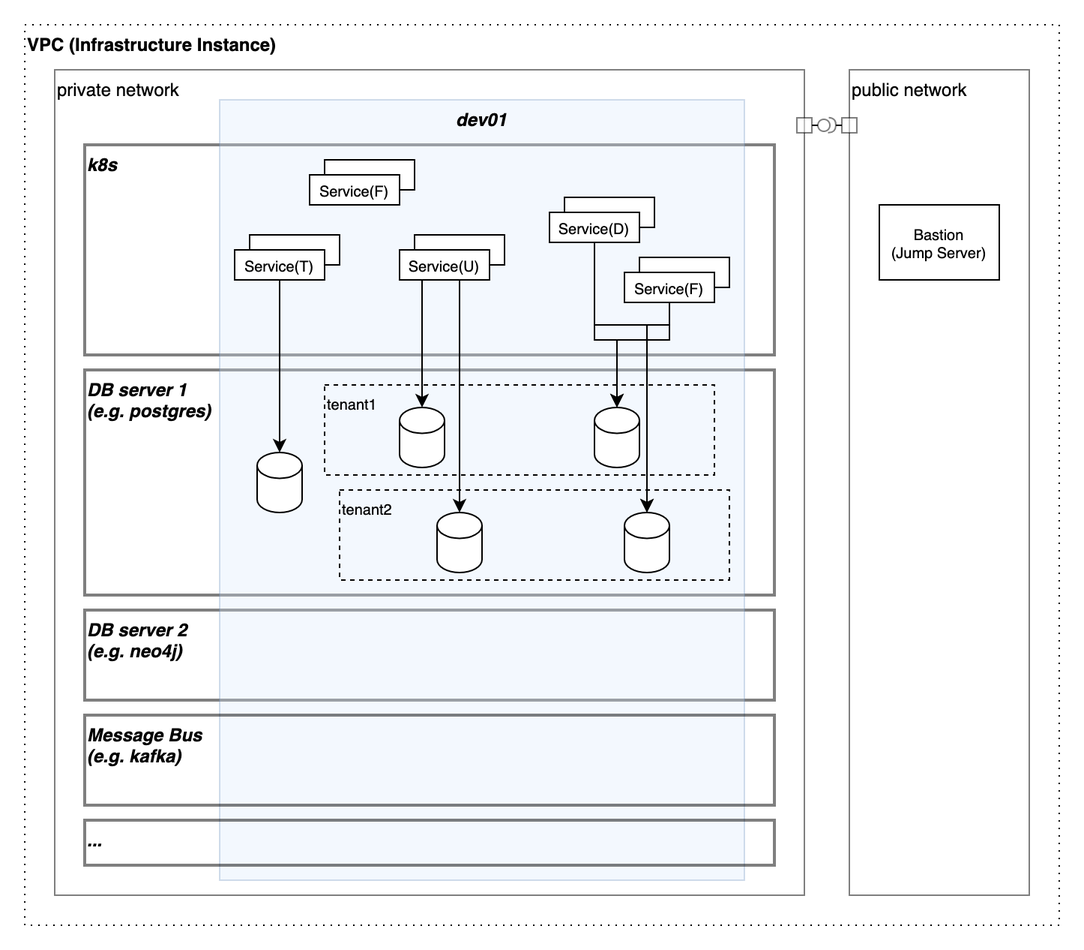
Above: ii.png in project-talan/tln-clouds (draw.io), before the change. Source tidied: cells renumbered, new cells last; positions are measured from the earlier drawing's top-left corner, leaving out a move shared by most shapes.
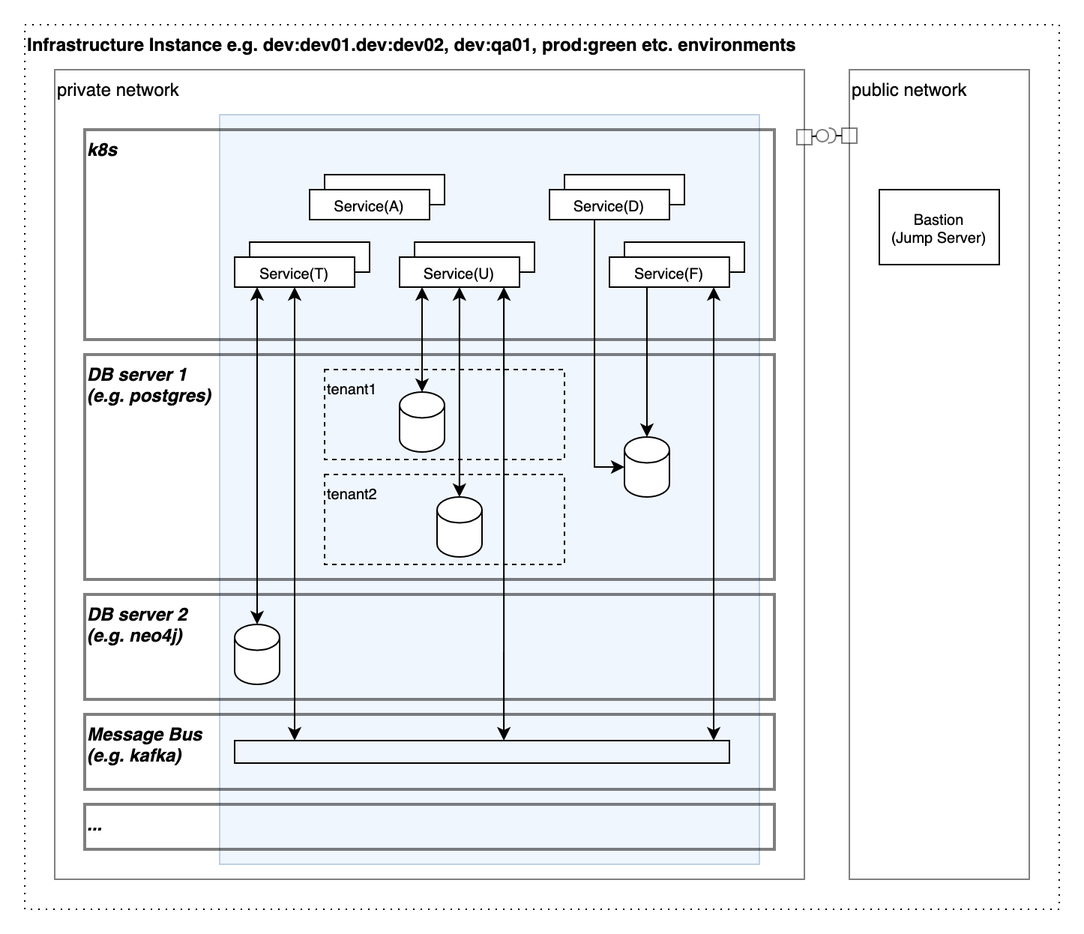
The same file after the commit.

The edit, as a diff of the source:
```diff
@@ -2,14 +2,17 @@
   <root>
     <mxCell id="0" />
     <mxCell id="1" parent="0" />
-    <mxCell id="2" value="VPC (Infrastructure Instance)" style="rounded=0;whiteSpace=wrap;html=1;dashed=1;fillColor=none;align=left;verticalAlign=top;fontStyle=1;dashPattern=1 4;" parent="1" vertex="1">
-      <mxGeometry width="690" height="600" as="geometry" />
+    <mxCell id="2" value="Infrastructure Instance e.g. dev:dev01.dev:dev02, dev:qa01, prod:green etc. environments" style="rounded=0;whiteSpace=wrap;html=1;dashed=1;fillColor=none;align=left;verticalAlign=top;fontStyle=1;dashPattern=1 4;" parent="1" vertex="1">
+      <mxGeometry y="10" width="690" height="590" as="geometry" />
     </mxCell>
     <mxCell id="3" value="private network" style="rounded=0;whiteSpace=wrap;html=1;fillColor=none;align=left;horizontal=1;verticalAlign=top;spacing=2;opacity=50;" parent="1" vertex="1">
-      <mxGeometry x="20" y="30" width="500" height="550" as="geometry" />
+      <mxGeometry x="20" y="40" width="500" height="540" as="geometry" />
     </mxCell>
+    <mxCell id="8" style="rounded=0;whiteSpace=wrap;html=1;fillColor=#dae8fc;fontStyle=3;verticalAlign=top;align=center;opacity=40;strokeColor=#6c8ebf;" parent="1" vertex="1">
+      <mxGeometry x="130" y="70" width="360" height="500" as="geometry" />
+    </mxCell>
     <mxCell id="4" value="public network" style="rounded=0;whiteSpace=wrap;html=1;fillColor=none;align=left;horizontal=1;verticalAlign=top;spacing=2;opacity=50;" parent="1" vertex="1">
-      <mxGeometry x="550" y="30" width="120" height="550" as="geometry" />
+      <mxGeometry x="550" y="40" width="120" height="540" as="geometry" />
     </mxCell>
     <mxCell id="5" value="k8s" style="rounded=0;whiteSpace=wrap;html=1;fillColor=none;fontStyle=3;verticalAlign=top;align=left;opacity=50;spacingLeft=0;spacingTop=0;strokeWidth=2;" parent="1" vertex="1">
       <mxGeometry x="40" y="80" width="460" height="140" as="geometry" />
@@ -18,127 +21,88 @@
       <mxGeometry x="40" y="230" width="460" height="150" as="geometry" />
     </mxCell>
     <mxCell id="7" value="DB server 2&lt;br&gt;(e.g. neo4j)" style="rounded=0;whiteSpace=wrap;html=1;fillColor=none;fontStyle=3;verticalAlign=top;align=left;opacity=50;strokeWidth=2;" parent="1" vertex="1">
-      <mxGeometry x="40" y="390" width="460" height="60" as="geometry" />
+      <mxGeometry x="40" y="390" width="460" height="70" as="geometry" />
     </mxCell>
-    <mxCell id="8" value="dev01" style="rounded=0;whiteSpace=wrap;html=1;fillColor=#dae8fc;fontStyle=3;verticalAlign=top;align=center;opacity=30;strokeColor=#6c8ebf;" parent="1" vertex="1">
-      <mxGeometry x="130" y="50" width="350" height="520" as="geometry" />
-    </mxCell>
     <mxCell id="9" value="Message Bus&lt;br&gt;(e.g. kafka)" style="rounded=0;whiteSpace=wrap;html=1;fillColor=none;fontStyle=3;verticalAlign=top;align=left;opacity=50;strokeWidth=2;" parent="1" vertex="1">
-      <mxGeometry x="40" y="460" width="460" height="60" as="geometry" />
+      <mxGeometry x="40" y="470" width="460" height="50" as="geometry" />
     </mxCell>
-    <mxCell id="10" style="shape=cylinder3;whiteSpace=wrap;html=1;boundedLbl=1;backgroundOutline=1;size=8.629629629629619;fontColor=#FF0000;strokeWidth=1;fillColor=default;" parent="1" vertex="1">
-      <mxGeometry x="155" y="285" width="30" height="40" as="geometry" />
-    </mxCell>
     <mxCell id="11" style="rounded=0;whiteSpace=wrap;html=1;fontColor=#000000;strokeWidth=1;fillColor=default;fontSize=10;" parent="1" vertex="1">
-      <mxGeometry x="150" y="140" width="60" height="20" as="geometry" />
+      <mxGeometry x="150" y="155" width="80" height="20" as="geometry" />
     </mxCell>
     <mxCell id="12" value="&lt;font style=&quot;font-size: 10px;&quot;&gt;Service(T)&lt;/font&gt;" style="rounded=0;whiteSpace=wrap;html=1;fontColor=#000000;strokeWidth=1;fillColor=default;fontSize=10;" parent="1" vertex="1">
-      <mxGeometry x="140" y="150" width="60" height="20" as="geometry" />
+      <mxGeometry x="140" y="165" width="80" height="20" as="geometry" />
     </mxCell>
-    <mxCell id="13" style="endArrow=classic;html=1;rounded=0;fontSize=10;fontColor=#000000;exitX=0.5;exitY=1;exitDx=0;exitDy=0;entryX=0.5;entryY=0;entryDx=0;entryDy=0;entryPerimeter=0;" parent="1" edge="1" source="12" target="10">
-      <mxGeometry relative="1" as="geometry" />
-    </mxCell>
     <mxCell id="14" value="tenant1" style="rounded=0;whiteSpace=wrap;html=1;fontSize=10;fontColor=#000000;strokeWidth=1;fillColor=none;align=left;verticalAlign=top;dashed=1;" parent="1" vertex="1">
-      <mxGeometry x="200" y="240" width="260" height="60" as="geometry" />
+      <mxGeometry x="200" y="240" width="160" height="60" as="geometry" />
     </mxCell>
     <mxCell id="15" value="tenant2" style="rounded=0;whiteSpace=wrap;html=1;fontSize=10;fontColor=#000000;strokeWidth=1;fillColor=none;align=left;verticalAlign=top;dashed=1;" parent="1" vertex="1">
-      <mxGeometry x="210" y="310" width="260" height="60" as="geometry" />
+      <mxGeometry x="200" y="310" width="160" height="60" as="geometry" />
     </mxCell>
     <mxCell id="16" style="rounded=0;whiteSpace=wrap;html=1;fontColor=#000000;strokeWidth=1;fillColor=default;fontSize=10;" parent="1" vertex="1">
-      <mxGeometry x="200" y="90" width="60" height="20" as="geometry" />
+      <mxGeometry x="200" y="110" width="80" height="20" as="geometry" />
     </mxCell>
-    <mxCell id="17" value="&lt;font style=&quot;font-size: 10px&quot;&gt;Service(F)&lt;/font&gt;" style="rounded=0;whiteSpace=wrap;html=1;fontColor=#000000;strokeWidth=1;fillColor=default;fontSize=10;" parent="1" vertex="1">
-      <mxGeometry x="190" y="100" width="60" height="20" as="geometry" />
+    <mxCell id="17" value="&lt;font style=&quot;font-size: 10px&quot;&gt;Service(A)&lt;/font&gt;" style="rounded=0;whiteSpace=wrap;html=1;fontColor=#000000;strokeWidth=1;fillColor=default;fontSize=10;" parent="1" vertex="1">
+      <mxGeometry x="190" y="120" width="80" height="20" as="geometry" />
     </mxCell>
     <mxCell id="18" style="rounded=0;whiteSpace=wrap;html=1;fontColor=#000000;strokeWidth=1;fillColor=default;fontSize=10;" parent="1" vertex="1">
-      <mxGeometry x="260" y="140" width="60" height="20" as="geometry" />
+      <mxGeometry x="260" y="155" width="80" height="20" as="geometry" />
     </mxCell>
     <mxCell id="19" value="&lt;font style=&quot;font-size: 10px&quot;&gt;Service(U)&lt;/font&gt;" style="rounded=0;whiteSpace=wrap;html=1;fontColor=#000000;strokeWidth=1;fillColor=default;fontSize=10;" parent="1" vertex="1">
-      <mxGeometry x="250" y="150" width="60" height="20" as="geometry" />
+      <mxGeometry x="250" y="165" width="80" height="20" as="geometry" />
     </mxCell>
     <mxCell id="20" style="shape=cylinder3;whiteSpace=wrap;html=1;boundedLbl=1;backgroundOutline=1;size=8.629629629629619;fontColor=#FF0000;strokeWidth=1;fillColor=default;" parent="1" vertex="1">
       <mxGeometry x="275" y="325" width="30" height="40" as="geometry" />
     </mxCell>
     <mxCell id="21" style="rounded=0;whiteSpace=wrap;html=1;fontColor=#000000;strokeWidth=1;fillColor=default;fontSize=10;" parent="1" vertex="1">
-      <mxGeometry x="360" y="115" width="60" height="20" as="geometry" />
+      <mxGeometry x="360" y="110" width="80" height="20" as="geometry" />
     </mxCell>
     <mxCell id="22" value="&lt;font style=&quot;font-size: 10px&quot;&gt;Service(D)&lt;/font&gt;" style="rounded=0;whiteSpace=wrap;html=1;fontColor=#000000;strokeWidth=1;fillColor=default;fontSize=10;" parent="1" vertex="1">
-      <mxGeometry x="350" y="125" width="60" height="20" as="geometry" />
+      <mxGeometry x="350" y="120" width="80" height="20" as="geometry" />
     </mxCell>
     <mxCell id="23" style="rounded=0;whiteSpace=wrap;html=1;fontColor=#000000;strokeWidth=1;fillColor=default;fontSize=10;" parent="1" vertex="1">
-      <mxGeometry x="410" y="155" width="60" height="20" as="geometry" />
+      <mxGeometry x="400" y="155" width="80" height="20" as="geometry" />
     </mxCell>
     <mxCell id="24" value="&lt;font style=&quot;font-size: 10px&quot;&gt;Service(F)&lt;/font&gt;" style="rounded=0;whiteSpace=wrap;html=1;fontColor=#000000;strokeWidth=1;fillColor=default;fontSize=10;" parent="1" vertex="1">
-      <mxGeometry x="400" y="165" width="60" height="20" as="geometry" />
+      <mxGeometry x="390" y="165" width="80" height="20" as="geometry" />
     </mxCell>
-    <mxCell id="25" style="endArrow=classic;html=1;rounded=0;fontSize=10;fontColor=#000000;entryX=0.5;entryY=0;entryDx=0;entryDy=0;entryPerimeter=0;exitX=0.25;exitY=1;exitDx=0;exitDy=0;" parent="1" edge="1" source="19" target="27">
-      <mxGeometry relative="1" as="geometry" />
-    </mxCell>
-    <mxCell id="26" style="endArrow=classic;html=1;rounded=0;fontSize=10;fontColor=#000000;exitX=0.5;exitY=1;exitDx=0;exitDy=0;entryX=0.5;entryY=0;entryDx=0;entryDy=0;entryPerimeter=0;edgeStyle=orthogonalEdgeStyle;" parent="1" edge="1" source="19" target="20">
-      <mxGeometry relative="1" as="geometry">
-        <Array as="points">
-          <mxPoint x="290" y="170" />
-        </Array>
-      </mxGeometry>
-    </mxCell>
     <mxCell id="27" style="shape=cylinder3;whiteSpace=wrap;html=1;boundedLbl=1;backgroundOutline=1;size=8.629629629629619;fontColor=#FF0000;strokeWidth=1;fillColor=default;" parent="1" vertex="1">
       <mxGeometry x="250" y="255" width="30" height="40" as="geometry" />
     </mxCell>
-    <mxCell id="28" style="endArrow=classic;html=1;rounded=0;fontSize=10;fontColor=#000000;exitX=0.5;exitY=1;exitDx=0;exitDy=0;entryX=0.5;entryY=0;entryDx=0;entryDy=0;entryPerimeter=0;edgeStyle=orthogonalEdgeStyle;" parent="1" edge="1" source="22" target="33">
-      <mxGeometry relative="1" as="geometry">
-        <Array as="points">
-          <mxPoint x="380" y="210" />
-          <mxPoint x="395" y="210" />
-        </Array>
-      </mxGeometry>
-    </mxCell>
-    <mxCell id="29" style="endArrow=classic;html=1;rounded=0;fontSize=10;fontColor=#000000;exitX=0.5;exitY=1;exitDx=0;exitDy=0;entryX=0.5;entryY=0;entryDx=0;entryDy=0;entryPerimeter=0;edgeStyle=orthogonalEdgeStyle;" parent="1" edge="1" source="24" target="33">
-      <mxGeometry relative="1" as="geometry">
-        <Array as="points">
-          <mxPoint x="430" y="210" />
-          <mxPoint x="395" y="210" />
-        </Array>
-      </mxGeometry>
-    </mxCell>
     <mxCell id="30" style="shape=cylinder3;whiteSpace=wrap;html=1;boundedLbl=1;backgroundOutline=1;size=8.629629629629619;fontColor=#FF0000;strokeWidth=1;fillColor=default;" parent="1" vertex="1">
-      <mxGeometry x="400" y="325" width="30" height="40" as="geometry" />
+      <mxGeometry x="400" y="285" width="30" height="40" as="geometry" />
     </mxCell>
-    <mxCell id="31" style="endArrow=classic;html=1;rounded=0;fontSize=10;fontColor=#000000;exitX=0.5;exitY=1;exitDx=0;exitDy=0;entryX=0.5;entryY=0;entryDx=0;entryDy=0;entryPerimeter=0;edgeStyle=orthogonalEdgeStyle;" parent="1" edge="1" source="22" target="30">
+    <mxCell id="31" style="endArrow=classic;html=1;rounded=0;fontSize=10;fontColor=#000000;exitX=0.5;exitY=1;exitDx=0;exitDy=0;edgeStyle=orthogonalEdgeStyle;" parent="1" edge="1" source="22" target="30">
       <mxGeometry relative="1" as="geometry">
         <Array as="points">
-          <mxPoint x="380" y="200" />
-          <mxPoint x="415" y="200" />
+          <mxPoint x="380" y="140" />
+          <mxPoint x="380" y="305" />
         </Array>
       </mxGeometry>
     </mxCell>
-    <mxCell id="32" style="endArrow=classic;html=1;rounded=0;fontSize=10;fontColor=#000000;exitX=0.5;exitY=1;exitDx=0;exitDy=0;entryX=0.5;entryY=0;entryDx=0;entryDy=0;entryPerimeter=0;edgeStyle=orthogonalEdgeStyle;" parent="1" edge="1" source="24" target="30">
+    <mxCell id="32" style="endArrow=classic;html=1;rounded=0;fontSize=10;fontColor=#000000;exitX=0.5;exitY=1;exitDx=0;exitDy=0;edgeStyle=orthogonalEdgeStyle;" parent="1" edge="1" source="24" target="30">
       <mxGeometry relative="1" as="geometry">
         <Array as="points">
-          <mxPoint x="430" y="200" />
-          <mxPoint x="415" y="200" />
+          <mxPoint x="415" y="185" />
         </Array>
       </mxGeometry>
     </mxCell>
-    <mxCell id="33" style="shape=cylinder3;whiteSpace=wrap;html=1;boundedLbl=1;backgroundOutline=1;size=8.629629629629619;fontColor=#FF0000;strokeWidth=1;fillColor=default;" parent="1" vertex="1">
-      <mxGeometry x="380" y="255" width="30" height="40" as="geometry" />
-    </mxCell>
     <mxCell id="34" style="html=1;rounded=0;opacity=50;" parent="1" vertex="1">
-      <mxGeometry x="515" y="62" width="10" height="10" as="geometry" />
+      <mxGeometry x="515" y="80" width="10" height="10" as="geometry" />
     </mxCell>
     <mxCell id="35" style="endArrow=none;html=1;rounded=0;align=center;verticalAlign=top;endFill=0;labelBackgroundColor=none;endSize=2;" parent="1" edge="1" source="34" target="36">
       <mxGeometry relative="1" as="geometry" />
     </mxCell>
     <mxCell id="36" style="ellipse;html=1;fontSize=11;align=center;fillColor=none;points=[];verticalAlign=bottom;labelPosition=center;verticalLabelPosition=top;flipH=1;opacity=50;" parent="1" vertex="1">
-      <mxGeometry x="529" y="63" width="8" height="8" as="geometry" />
+      <mxGeometry x="528" y="80" width="8" height="8" as="geometry" />
     </mxCell>
     <mxCell id="37" style="html=1;rounded=0;opacity=50;" parent="1" vertex="1">
-      <mxGeometry x="545" y="62" width="10" height="10" as="geometry" />
+      <mxGeometry x="545" y="79" width="10" height="10" as="geometry" />
     </mxCell>
     <mxCell id="38" style="endArrow=none;html=1;rounded=0;align=center;verticalAlign=top;endFill=0;labelBackgroundColor=none;endSize=2;" parent="1" edge="1" source="37" target="39">
       <mxGeometry relative="1" as="geometry" />
     </mxCell>
     <mxCell id="39" style="shape=requiredInterface;html=1;fontSize=11;align=center;fillColor=none;points=[];verticalAlign=bottom;labelPosition=center;verticalLabelPosition=top;flipH=1;opacity=50;rotation=-177;" parent="1" vertex="1">
-      <mxGeometry x="536" y="62" width="5" height="10" as="geometry" />
+      <mxGeometry x="536" y="79" width="5" height="10" as="geometry" />
     </mxCell>
     <mxCell id="40" value="&lt;font style=&quot;font-size: 10px&quot;&gt;Bastion&lt;br&gt;(Jump Server)&lt;br&gt;&lt;/font&gt;" style="rounded=0;whiteSpace=wrap;html=1;fontColor=#000000;strokeWidth=1;fillColor=default;fontSize=10;" parent="1" vertex="1">
       <mxGeometry x="570" y="120" width="80" height="50" as="geometry" />
@@ -146,5 +110,63 @@
     <mxCell id="41" value="..." style="rounded=0;whiteSpace=wrap;html=1;fillColor=none;fontStyle=3;verticalAlign=top;align=left;opacity=50;strokeWidth=2;" parent="1" vertex="1">
       <mxGeometry x="40" y="530" width="460" height="30" as="geometry" />
     </mxCell>
+    <mxCell id="42" style="rounded=0;whiteSpace=wrap;html=1;fontSize=10;fontColor=#000000;strokeWidth=1;fillColor=none;align=left;verticalAlign=top;" parent="1" vertex="1">
+      <mxGeometry x="140" y="487.5" width="330" height="15" as="geometry" />
+    </mxCell>
+    <mxCell id="10" style="shape=cylinder3;whiteSpace=wrap;html=1;boundedLbl=1;backgroundOutline=1;size=8.629629629629619;fontColor=#FF0000;strokeWidth=1;fillColor=default;" parent="1" vertex="1">
+      <mxGeometry x="140" y="410" width="30" height="40" as="geometry" />
+    </mxCell>
+    <mxCell id="13" style="endArrow=classic;html=1;rounded=0;fontSize=10;fontColor=#000000;edgeStyle=orthogonalEdgeStyle;startArrow=classic;startFill=1;" parent="1" edge="1" source="12" target="10">
+      <mxGeometry relative="1" as="geometry">
+        <Array as="points">
+          <mxPoint x="155" y="290" />
+          <mxPoint x="155" y="290" />
+        </Array>
+      </mxGeometry>
+    </mxCell>
+    <mxCell id="43" style="endArrow=classic;html=1;rounded=0;fontSize=10;fontColor=#000000;edgeStyle=orthogonalEdgeStyle;startArrow=classic;startFill=1;" parent="1" edge="1" source="12" target="42">
+      <mxGeometry relative="1" as="geometry">
+        <Array as="points">
+          <mxPoint x="180" y="330" />
+          <mxPoint x="180" y="330" />
+        </Array>
+      </mxGeometry>
+    </mxCell>
+    <mxCell id="44" style="endArrow=classic;html=1;rounded=0;fontSize=10;fontColor=#000000;edgeStyle=orthogonalEdgeStyle;startArrow=classic;startFill=1;" parent="1" edge="1" target="42">
+      <mxGeometry relative="1" as="geometry">
+        <mxPoint x="319.6" y="185" as="sourcePoint" />
+        <Array as="points">
+          <mxPoint x="320" y="337" />
+          <mxPoint x="320" y="337" />
+        </Array>
+      </mxGeometry>
+    </mxCell>
+    <mxCell id="25" style="endArrow=classic;html=1;rounded=0;fontSize=10;fontColor=#000000;edgeStyle=orthogonalEdgeStyle;startArrow=classic;startFill=1;" parent="1" edge="1" source="19" target="27">
+      <mxGeometry relative="1" as="geometry">
+        <Array as="points">
+          <mxPoint x="265" y="200" />
+          <mxPoint x="265" y="200" />
+        </Array>
+      </mxGeometry>
+    </mxCell>
+    <mxCell id="45" style="endArrow=classic;html=1;rounded=0;fontSize=10;fontColor=#000000;edgeStyle=orthogonalEdgeStyle;startArrow=classic;startFill=1;" parent="1" edge="1">
+      <mxGeometry relative="1" as="geometry">
+        <mxPoint x="289.9" y="185" as="sourcePoint" />
+        <mxPoint x="289.9" y="325" as="targetPoint" />
+        <Array as="points">
+          <mxPoint x="289.9" y="250" />
+          <mxPoint x="289.9" y="250" />
+        </Array>
+      </mxGeometry>
+    </mxCell>
+    <mxCell id="46" style="endArrow=classic;html=1;rounded=0;fontSize=10;fontColor=#000000;edgeStyle=orthogonalEdgeStyle;startArrow=classic;startFill=1;" parent="1" edge="1" target="42">
+      <mxGeometry relative="1" as="geometry">
+        <mxPoint x="459.5" y="185" as="sourcePoint" />
+        <Array as="points">
+          <mxPoint x="460" y="337" />
+          <mxPoint x="460" y="337" />
+        </Array>
+      </mxGeometry>
+    </mxCell>
   </root>
 </mxGraphModel>
```
